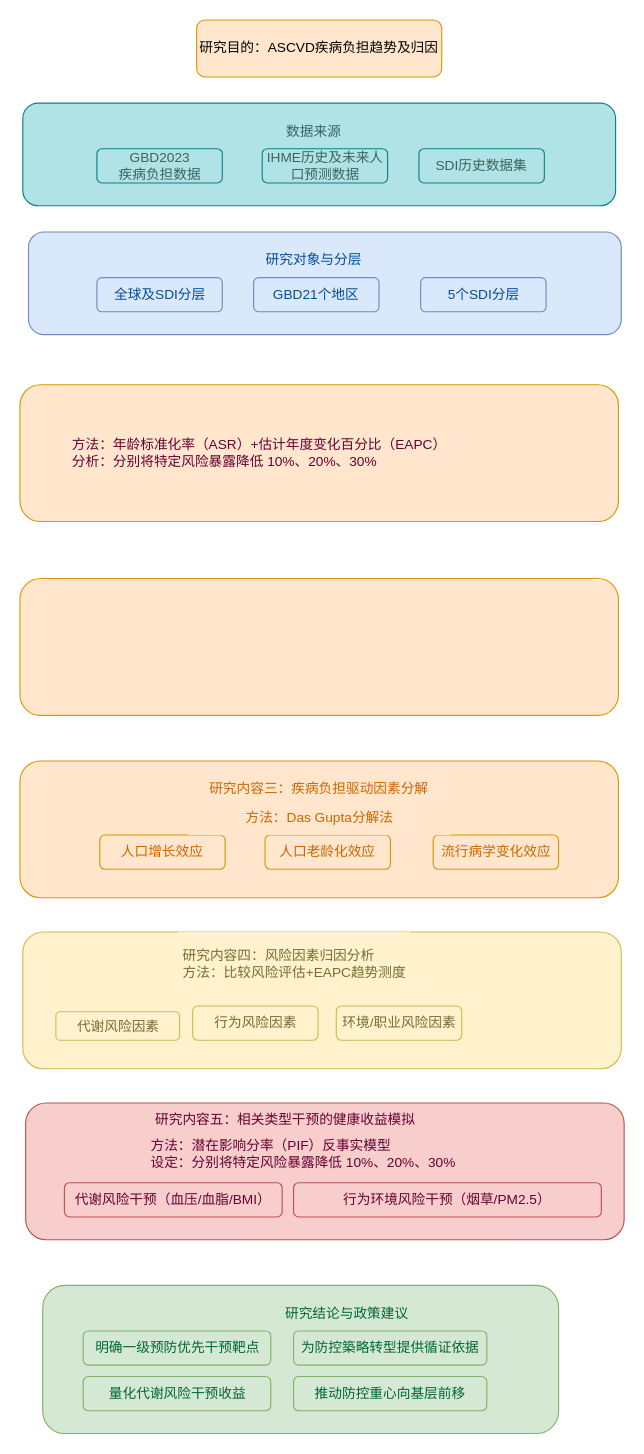
The draw.io diagram 未命名绘图.drawio in ShiYufei0708/draw, before the edit. Source tidied: cells renumbered, new cells numbered last; positions are measured from the earlier drawing's top-left corner, leaving out a move shared by most shapes. Both pictures are drawn from the tidied source at 114%, with x=0, y=0 at pixel (19, 19).
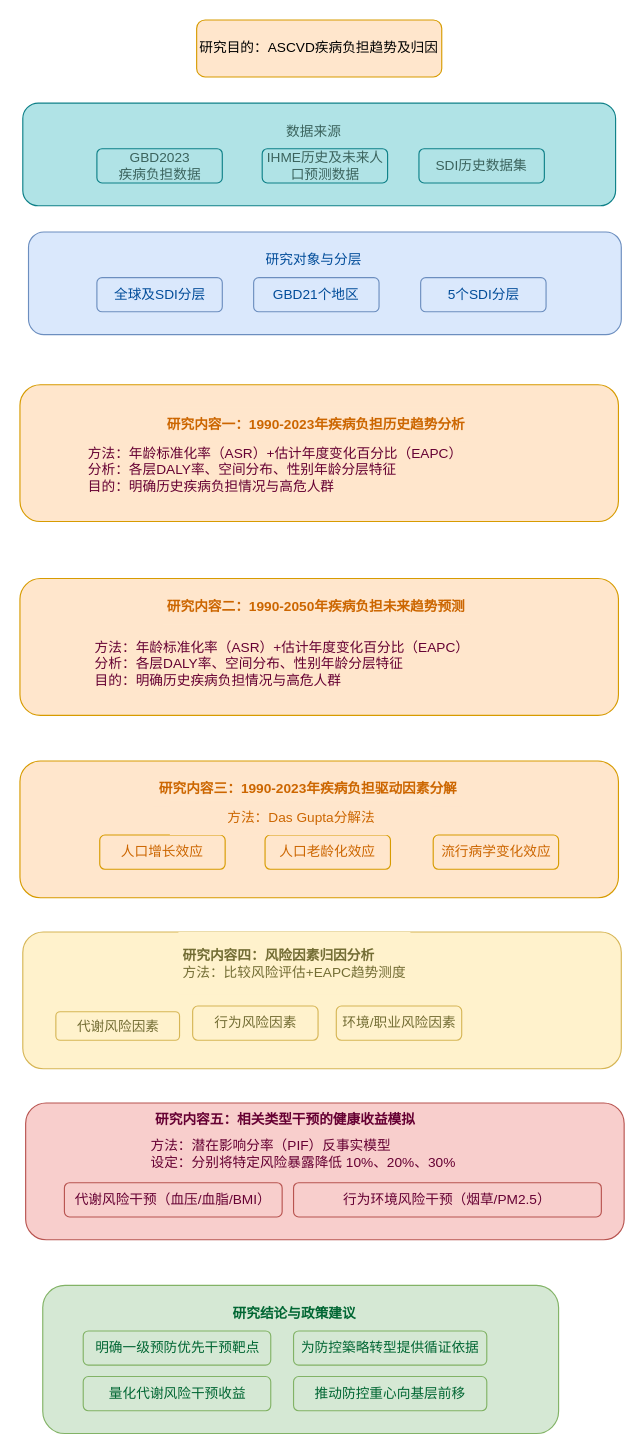
The same page after the edit.

What changed in the source:
```diff
@@
-    <mxCell id="14" value="&lt;font&gt;&lt;span style=&quot;caret-color: rgb(0, 76, 153);&quot;&gt;研究内容三：疾病负担驱动因素分解&lt;/span&gt;&lt;/font&gt;" style="text;html=1;whiteSpace=wrap;strokeColor=none;fillColor=#ffe6cc;align=center;verticalAlign=middle;rounded=0;fontColor=#CC6600;" parent="1" vertex="1">
-      <mxGeometry x="160" y="660" width="205" height="30" as="geometry" />
+    <mxCell id="14" value="&lt;font&gt;&lt;span style=&quot;caret-color: rgb(0, 76, 153);&quot;&gt;研究内容三：1990-2023年疾病负担驱动因素分解&lt;/span&gt;&lt;/font&gt;" style="text;html=1;whiteSpace=wrap;strokeColor=none;fillColor=#ffe6cc;align=center;verticalAlign=middle;rounded=0;fontColor=#CC6600;fontStyle=1;" parent="1" vertex="1">
+      <mxGeometry x="117.5" y="660" width="270" height="30" as="geometry" />
     </mxCell>
@@
     <mxCell id="18" value="方法：Das Gupta分解法" style="text;html=1;whiteSpace=wrap;strokeColor=none;fillColor=#ffe6cc;align=center;verticalAlign=middle;rounded=0;fontColor=#CC6600;" parent="1" vertex="1">
-      <mxGeometry x="147.5" y="685" width="230" height="30" as="geometry" />
+      <mxGeometry x="131.5" y="685" width="230" height="30" as="geometry" />
     </mxCell>
@@
-    <mxCell id="20" value="&lt;div style=&quot;text-align: left;&quot;&gt;&lt;span style=&quot;caret-color: rgb(0, 76, 153);&quot;&gt;研究内容四：风险因素归因分析&lt;/span&gt;&lt;/div&gt;&lt;div style=&quot;text-align: left;&quot;&gt;&lt;font&gt;&lt;span style=&quot;caret-color: rgb(0, 76, 153);&quot;&gt;&lt;span style=&quot;caret-color: rgb(115, 109, 52);&quot;&gt;方法：比较风险评估+EAPC趋势测度&lt;/span&gt;&lt;br&gt;&lt;/span&gt;&lt;/font&gt;&lt;/div&gt;" style="text;html=1;whiteSpace=wrap;strokeColor=none;fillColor=#fff2cc;align=center;verticalAlign=middle;rounded=0;fontColor=#736D34;" parent="1" vertex="1">
+    <mxCell id="20" value="&lt;div style=&quot;text-align: left;&quot;&gt;&lt;span style=&quot;caret-color: rgb(0, 76, 153);&quot;&gt;&lt;b&gt;研究内容四：风险因素归因分析&lt;/b&gt;&lt;/span&gt;&lt;/div&gt;&lt;div style=&quot;text-align: left;&quot;&gt;&lt;font&gt;&lt;span style=&quot;caret-color: rgb(0, 76, 153);&quot;&gt;&lt;span style=&quot;caret-color: rgb(115, 109, 52);&quot;&gt;方法：比较风险评估+EAPC趋势测度&lt;/span&gt;&lt;br&gt;&lt;/span&gt;&lt;/font&gt;&lt;/div&gt;" style="text;html=1;whiteSpace=wrap;strokeColor=none;fillColor=#fff2cc;align=center;verticalAlign=middle;rounded=0;fontColor=#736D34;" parent="1" vertex="1">
       <mxGeometry x="139" y="800" width="203.5" height="55" as="geometry" />
     </mxCell>
@@
-    <mxCell id="25" value="&lt;font&gt;&lt;span style=&quot;caret-color: rgb(0, 76, 153);&quot;&gt;研究内容五：相关类型干预的健康收益模拟&lt;/span&gt;&lt;/font&gt;" style="text;html=1;whiteSpace=wrap;strokeColor=none;fillColor=none;align=center;verticalAlign=middle;rounded=0;fontColor=#660033;" parent="1" vertex="1">
+    <mxCell id="25" value="&lt;font&gt;&lt;span style=&quot;caret-color: rgb(0, 76, 153);&quot;&gt;研究内容五：相关类型干预的健康收益模拟&lt;/span&gt;&lt;/font&gt;" style="text;html=1;whiteSpace=wrap;strokeColor=none;fillColor=none;align=center;verticalAlign=middle;rounded=0;fontColor=#660033;fontStyle=1;" parent="1" vertex="1">
       <mxGeometry x="112.5" y="950" width="240" height="30" as="geometry" />
     </mxCell>
@@
-    <mxCell id="30" value="研究结论与政策建议" style="text;html=1;whiteSpace=wrap;strokeColor=none;fillColor=none;align=center;verticalAlign=middle;rounded=0;fontColor=#006633;" parent="1" vertex="1">
-      <mxGeometry x="231.5" y="1120" width="110" height="30" as="geometry" />
+    <mxCell id="30" value="研究结论与政策建议" style="text;html=1;whiteSpace=wrap;strokeColor=none;fillColor=none;align=center;verticalAlign=middle;rounded=0;fontColor=#006633;fontStyle=1;" parent="1" vertex="1">
+      <mxGeometry x="185.8" y="1120" width="110" height="30" as="geometry" />
     </mxCell>
@@
-    <mxCell id="37" value="方法：年龄标准化率（ASR）+估计年度变化百分比（EAPC）&amp;nbsp;&lt;div&gt;分析：分别将特定风险暴露降低 10%、20%、30%&lt;/div&gt;" style="text;html=1;whiteSpace=wrap;strokeColor=none;fillColor=none;align=left;verticalAlign=middle;rounded=0;fontColor=#660033;" parent="1" vertex="1">
-      <mxGeometry x="44" y="365" width="366" height="30" as="geometry" />
+    <mxCell id="37" value="方法：年龄标准化率（ASR）+估计年度变化百分比（EAPC）&amp;nbsp;&lt;div&gt;分析：各层DALY率、空间分布、性别年龄分层特征&lt;/div&gt;&lt;div&gt;目的：明确历史疾病负担情况与高危人群&lt;/div&gt;" style="text;html=1;whiteSpace=wrap;strokeColor=none;fillColor=none;align=left;verticalAlign=middle;rounded=0;fontColor=#660033;" parent="1" vertex="1">
+      <mxGeometry x="57.8" y="380" width="366" height="30" as="geometry" />
     </mxCell>
+    <mxCell id="38" value="&lt;font&gt;&lt;span style=&quot;caret-color: rgb(0, 76, 153);&quot;&gt;研究内容二：1990-2050年疾病负担未来趋势预测&lt;/span&gt;&lt;/font&gt;" style="text;html=1;whiteSpace=wrap;strokeColor=none;fillColor=#ffe6cc;align=center;verticalAlign=middle;rounded=0;fontColor=#CC6600;fontStyle=1;" parent="1" vertex="1">
+      <mxGeometry x="125" y="500" width="270" height="30" as="geometry" />
+    </mxCell>
+    <mxCell id="39" value="&lt;font&gt;&lt;span style=&quot;caret-color: rgb(0, 76, 153);&quot;&gt;研究内容一：1990-2023年疾病负担历史趋势分析&lt;/span&gt;&lt;/font&gt;" style="text;html=1;whiteSpace=wrap;strokeColor=none;fillColor=#ffe6cc;align=center;verticalAlign=middle;rounded=0;fontColor=#CC6600;fontStyle=1;" parent="1" vertex="1">
+      <mxGeometry x="125" y="340" width="270" height="30" as="geometry" />
+    </mxCell>
+    <mxCell id="40" value="方法：年龄标准化率（ASR）+估计年度变化百分比（EAPC）&amp;nbsp;&lt;div&gt;分析：各层DALY率、空间分布、性别年龄分层特征&lt;/div&gt;&lt;div&gt;目的：明确历史疾病负担情况与高危人群&lt;/div&gt;" style="text;html=1;whiteSpace=wrap;strokeColor=none;fillColor=none;align=left;verticalAlign=middle;rounded=0;fontColor=#660033;" parent="1" vertex="1">
+      <mxGeometry x="63.5" y="550" width="366" height="30" as="geometry" />
+    </mxCell>
```
